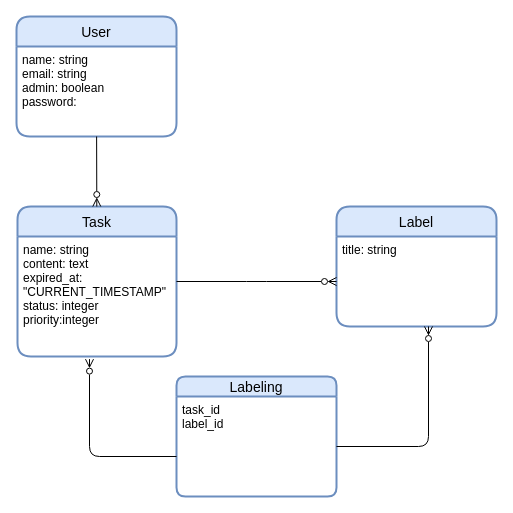
keikikamikubota/manyou_exam keeps this draw.io diagram as docs/ER図.drawio. Above is the earlier version. Source tidied: cells renumbered, new cells numbered last; positions are measured from the earlier drawing's top-left corner, leaving out a move shared by most shapes. Both pictures are drawn from the tidied source at 100%, with x=0, y=0 at pixel (16, 16).
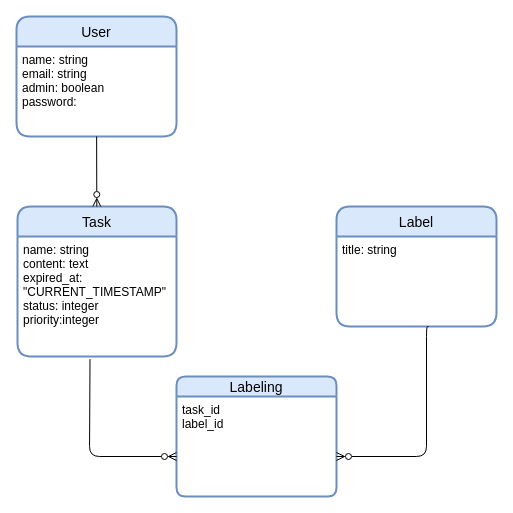
After the change.

Diff of the diagram source:
```diff
@@
 <mxGraphModel background="#ffffff">
   <root>
     <mxCell id="0" />
     <mxCell id="1" parent="0" />
     <mxCell id="2" value="User" style="swimlane;horizontal=1;startSize=30;rounded=1;fontSize=14;fontStyle=0;strokeWidth=2;shadow=0;dashed=0;align=center;fillColor=#dae8fc;strokeColor=#6c8ebf;" parent="1" vertex="1">
       <mxGeometry width="160" height="120" as="geometry" />
     </mxCell>
     <mxCell id="3" value="name: string&#10;email: string&#10;admin: boolean&#10;password:  " style="align=left;strokeColor=none;fillColor=none;spacingLeft=4;fontSize=12;verticalAlign=top;" parent="2" vertex="1">
       <mxGeometry y="30" width="160" height="90" as="geometry" />
     </mxCell>
     <mxCell id="4" value="Task" style="swimlane;horizontal=1;startSize=30;rounded=1;fontSize=14;fontStyle=0;strokeWidth=2;shadow=0;dashed=0;align=center;fillColor=#dae8fc;strokeColor=#6c8ebf;" parent="1" vertex="1">
       <mxGeometry x="1" y="190" width="159" height="150" as="geometry" />
     </mxCell>
     <mxCell id="5" value="name: string&#10;content: text&#10;expired_at: &#10;&quot;CURRENT_TIMESTAMP&quot;&#10;status: integer&#10;priority:integer" style="align=left;strokeColor=none;fillColor=none;spacingLeft=4;fontSize=12;verticalAlign=top;" parent="4" vertex="1">
       <mxGeometry y="30" width="159" height="120" as="geometry" />
     </mxCell>
     <mxCell id="6" style="edgeStyle=none;html=1;endArrow=ERzeroToMany;endFill=0;" parent="1" edge="1" source="3" target="4">
       <mxGeometry relative="1" as="geometry" />
     </mxCell>
     <mxCell id="7" value="Label" style="swimlane;horizontal=1;startSize=30;rounded=1;fontSize=14;fontStyle=0;strokeWidth=2;shadow=0;dashed=0;align=center;fillColor=#dae8fc;strokeColor=#6c8ebf;" parent="1" vertex="1">
       <mxGeometry x="320" y="190" width="160" height="120" as="geometry" />
     </mxCell>
     <mxCell id="8" value="title: string" style="align=left;strokeColor=none;fillColor=none;spacingLeft=4;fontSize=12;verticalAlign=top;" parent="7" vertex="1">
       <mxGeometry y="30" width="160" height="90" as="geometry" />
     </mxCell>
-    <mxCell id="9" style="edgeStyle=elbowEdgeStyle;html=1;elbow=vertical;endArrow=ERzeroToMany;endFill=0;" parent="1" edge="1" source="5" target="7">
-      <mxGeometry relative="1" as="geometry">
-        <Array as="points">
-          <mxPoint x="240" y="265" />
-        </Array>
-      </mxGeometry>
-    </mxCell>
     <mxCell id="10" value="Labeling" style="swimlane;horizontal=1;startSize=20;rounded=1;fontSize=14;fontStyle=0;strokeWidth=2;shadow=0;dashed=0;align=center;fillColor=#dae8fc;strokeColor=#6c8ebf;" parent="1" vertex="1">
       <mxGeometry x="160" y="360" width="160" height="120" as="geometry" />
     </mxCell>
     <mxCell id="11" value="task_id&#10;label_id" style="align=left;strokeColor=none;fillColor=none;spacingLeft=4;fontSize=12;verticalAlign=top;" parent="10" vertex="1">
       <mxGeometry y="20" width="160" height="100" as="geometry" />
     </mxCell>
+    <mxCell id="13" style="edgeStyle=elbowEdgeStyle;html=1;endArrow=ERzeroToMany;endFill=0;" parent="1" edge="1" target="11">
+      <mxGeometry relative="1" as="geometry">
+        <mxPoint x="412" y="310" as="sourcePoint" />
+        <Array as="points">
+          <mxPoint x="410" y="440" />
+          <mxPoint x="400" y="420" />
+          <mxPoint x="412" y="430" />
+        </Array>
+      </mxGeometry>
+    </mxCell>
-    <mxCell id="12" style="edgeStyle=elbowEdgeStyle;html=1;entryX=0.456;entryY=1.022;entryDx=0;entryDy=0;entryPerimeter=0;endArrow=ERzeroToMany;endFill=0;" parent="1" edge="1" source="11" target="5">
+    <mxCell id="12" style="edgeStyle=elbowEdgeStyle;html=1;endArrow=ERzeroToMany;endFill=0;exitX=0.456;exitY=1.022;exitDx=0;exitDy=0;exitPerimeter=0;" parent="1" edge="1" source="5" target="11">
       <mxGeometry relative="1" as="geometry">
         <Array as="points">
           <mxPoint x="73" y="440" />
         </Array>
       </mxGeometry>
     </mxCell>
-    <mxCell id="13" style="edgeStyle=elbowEdgeStyle;html=1;entryX=0.575;entryY=1.022;entryDx=0;entryDy=0;entryPerimeter=0;endArrow=ERzeroToMany;endFill=0;" parent="1" edge="1" source="11">
-      <mxGeometry relative="1" as="geometry">
-        <mxPoint x="412" y="310" as="targetPoint" />
-        <Array as="points">
-          <mxPoint x="412" y="430" />
-          <mxPoint x="400" y="420" />
-          <mxPoint x="410" y="440" />
-        </Array>
-      </mxGeometry>
-    </mxCell>
   </root>
 </mxGraphModel>
```
